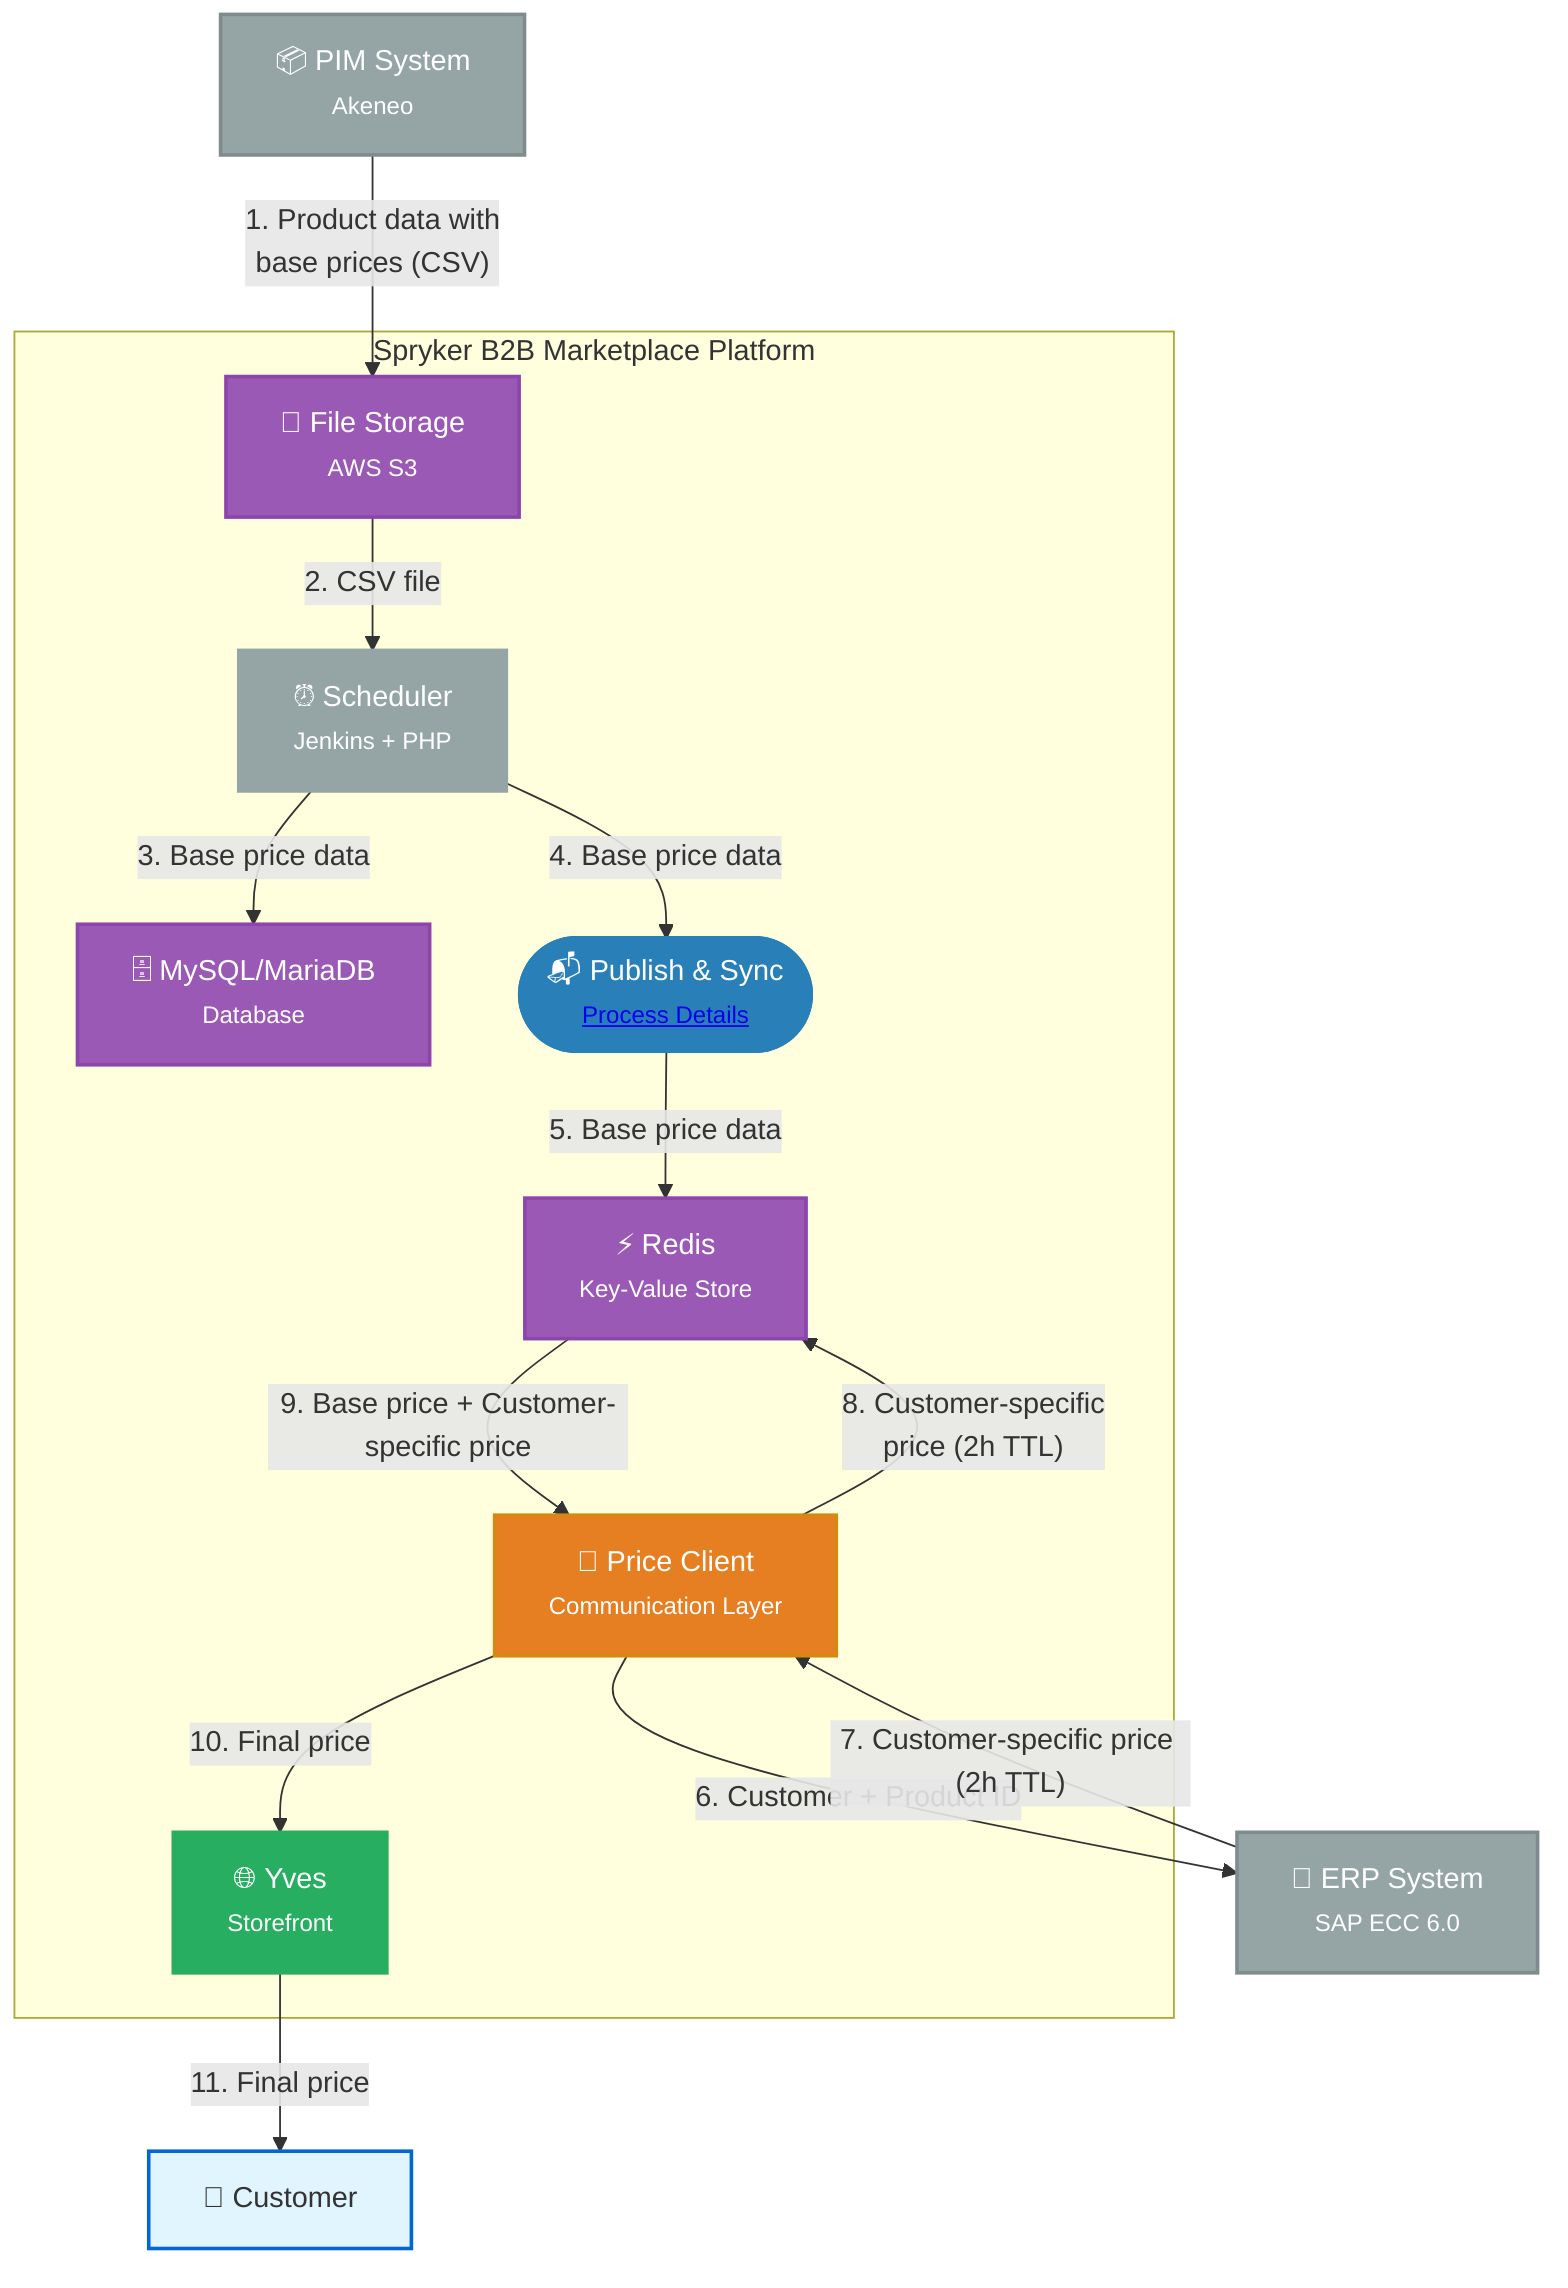
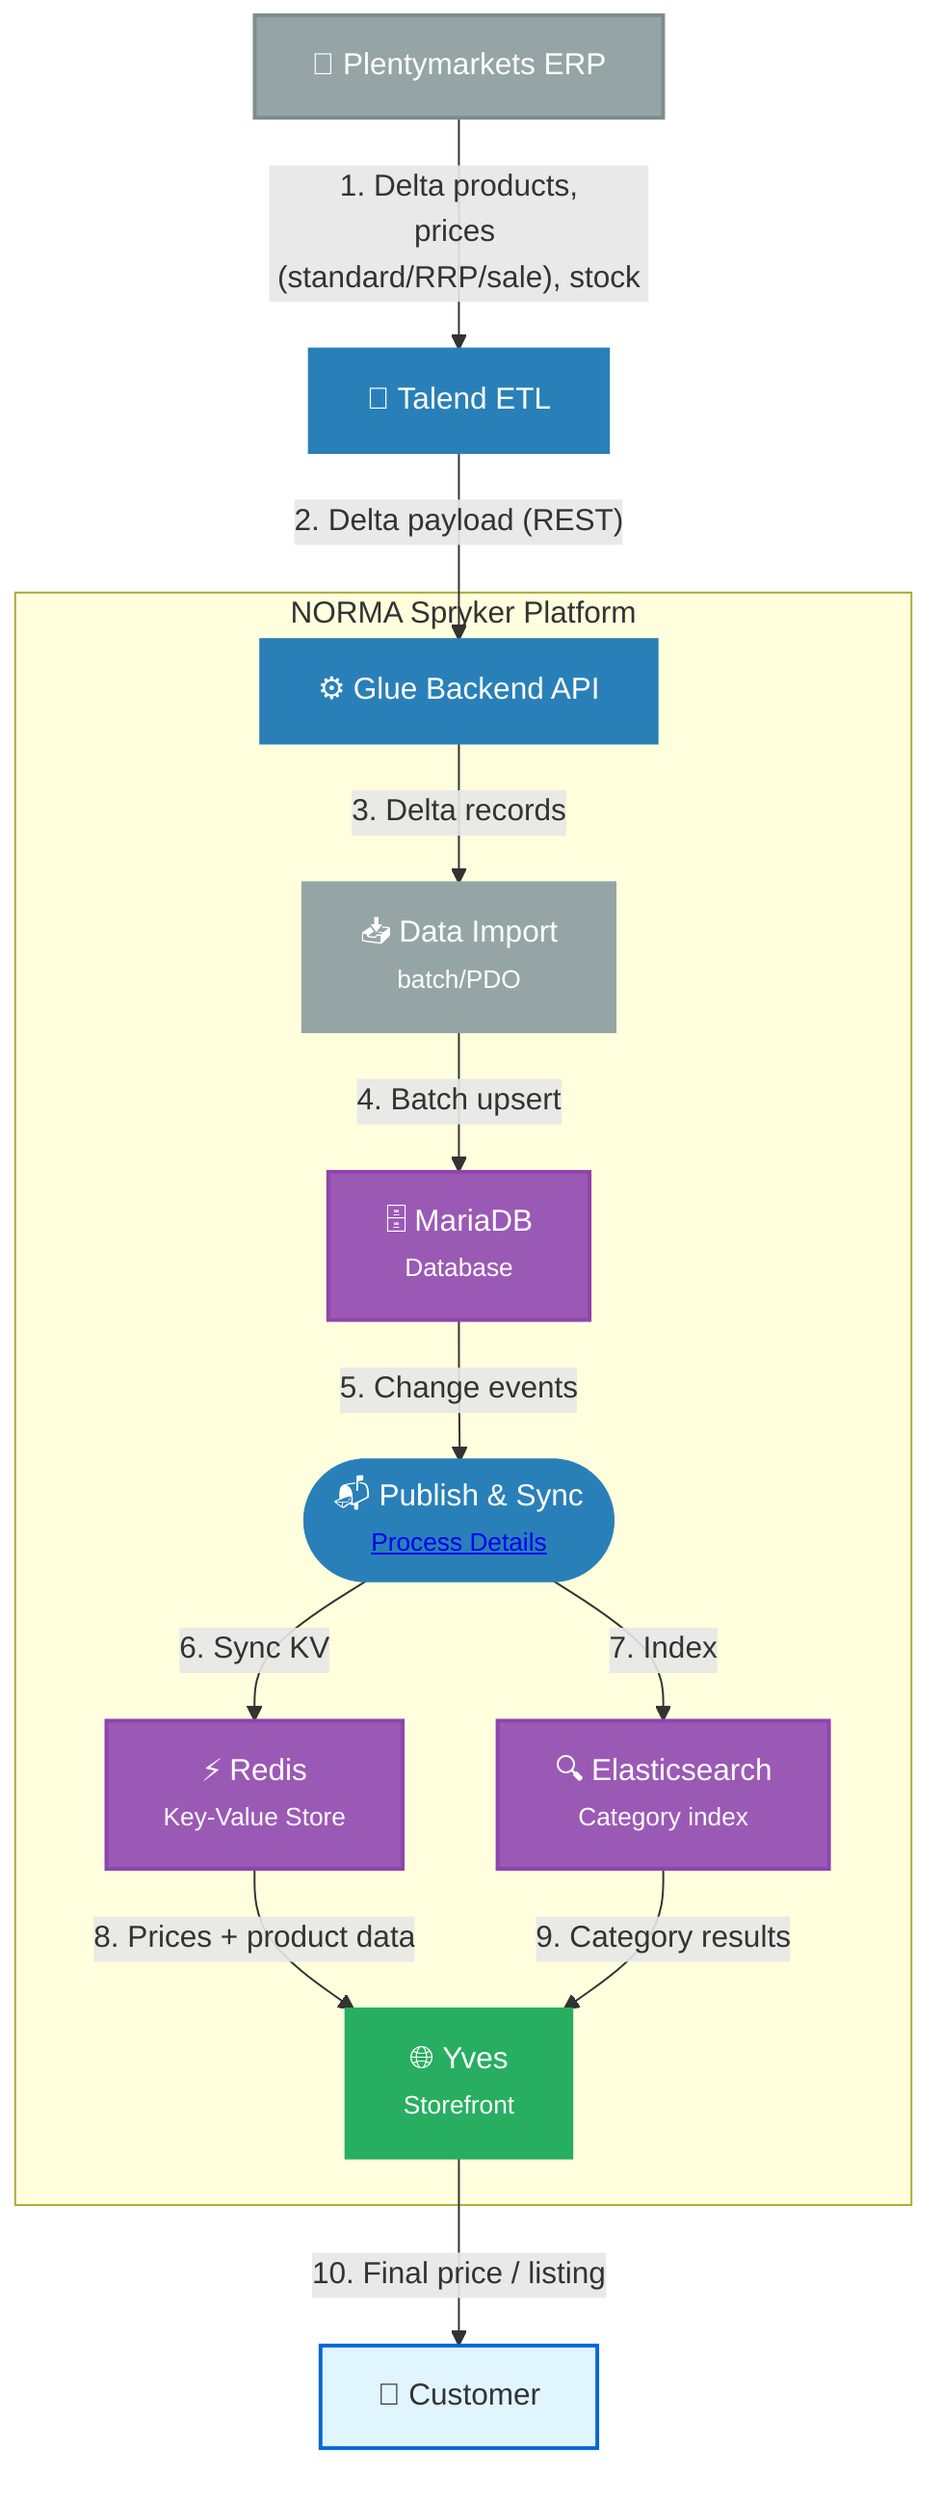
flowchart TB
- subgraph Spryker["Spryker B2B Marketplace Platform"]
- S3["📁 File Storage<br><small>AWS S3</small>"]
- DB["🗄️ MySQL/MariaDB<br><small>Database</small>"]
+ subgraph Spryker["NORMA Spryker Platform"]
+ DB["🗄️ MariaDB<br><small>Database</small>"]
Redis["⚡ Redis<br><small>Key-Value Store</small>"]
- Jenkins["⏰ Scheduler<br><small>Jenkins + PHP</small>"]
- PS(["📬 Publish & Sync<br><small><a href='../sequence/publish-sync.mmd'>Process Details</a></small>"])
- Client["🔗 Price Client<br><small>Communication Layer</small>"]
+ Import["📥 Data Import<br><small>batch/PDO</small>"]
+ PS(["📬 Publish & Sync<br><small><a href='../sequence/sd-delta-import.mmd'>Process Details</a></small>"])
+ ES["🔍 Elasticsearch<br><small>Category index</small>"]
Yves["🌐 Yves<br><small>Storefront</small>"]
+ Glue["⚙️ Glue Backend API"]
end
- PIM["📦 PIM System<br><small>Akeneo</small>"] -- "1. Product data with<br>base prices (CSV)" --> S3
- S3 -- "2. CSV file" --> Jenkins
- Jenkins -- "3. Base price data" --> DB
- Jenkins -- "4. Base price data" --> PS
- PS -- "5. Base price data" --> Redis
- Redis -- "9. Base price + Customer-specific price" --> Client
- Client -- "6. Customer + Product ID<br>" --> ERP["💾 ERP System<br><small>SAP ECC 6.0</small>"]
- ERP -- "7. Customer-specific price (2h TTL)" --> Client
- Client -- "8. Customer-specific<br>price (2h TTL)" --> Redis
- Client -- "10. Final price" --> Yves
- Yves -- "11. Final price" --> Customer["👤 Customer"]
+ ERP["💾 Plentymarkets ERP"] -- "1. Delta products,<br>prices (standard/RRP/sale), stock" --> Talend["🔀 Talend ETL"]
+ Talend -- "2. Delta payload (REST)" --> Glue
+ Glue -- "3. Delta records" --> Import
+ Import -- "4. Batch upsert" --> DB
+ DB -- "5. Change events" --> PS
+ PS -- "6. Sync KV" --> Redis
+ PS -- "7. Index" --> ES
+ Redis -- "8. Prices + product data" --> Yves
+ ES -- "9. Category results" --> Yves
+ Yves -- "10. Final price / listing" --> Customer["👤 Customer"]

- S3:::storageStyle
DB:::storageStyle
Redis:::storageStyle
- Jenkins:::infraStyle
+ ES:::storageStyle
+ Import:::infraStyle
PS:::processStyle
- Client:::communicationStyle
+ Glue:::apiStyle
Yves:::webAppStyle
- PIM:::externalStyle
ERP:::externalStyle
+ Talend:::apiStyle
Customer:::userStyle
classDef externalStyle fill:#95A5A6,stroke:#7f8c8d,stroke-width:2px,color:#fff
classDef storageStyle fill:#9B59B6,stroke:#8e44ad,stroke-width:2px,color:#fff
classDef infraStyle fill:#95A5A6,stroke:#95a5a6,stroke-width:2px,color:#fff
classDef processStyle fill:#2980B9,stroke:#2980b9,stroke-width:2px,color:#fff
- classDef communicationStyle fill:#E67E22,stroke:#d68910,stroke-width:2px,color:#fff
+ classDef apiStyle fill:#2980B9,stroke:#2980b9,stroke-width:2px,color:#fff
classDef webAppStyle fill:#27AE60,stroke:#27ae60,stroke-width:2px,color:#fff
- classDef userStyle fill:#e1f5ff,stroke:#0366d6,stroke-width:2px+ classDef userStyle fill:#e1f5ff,stroke:#0366d6,stroke-width:2px
